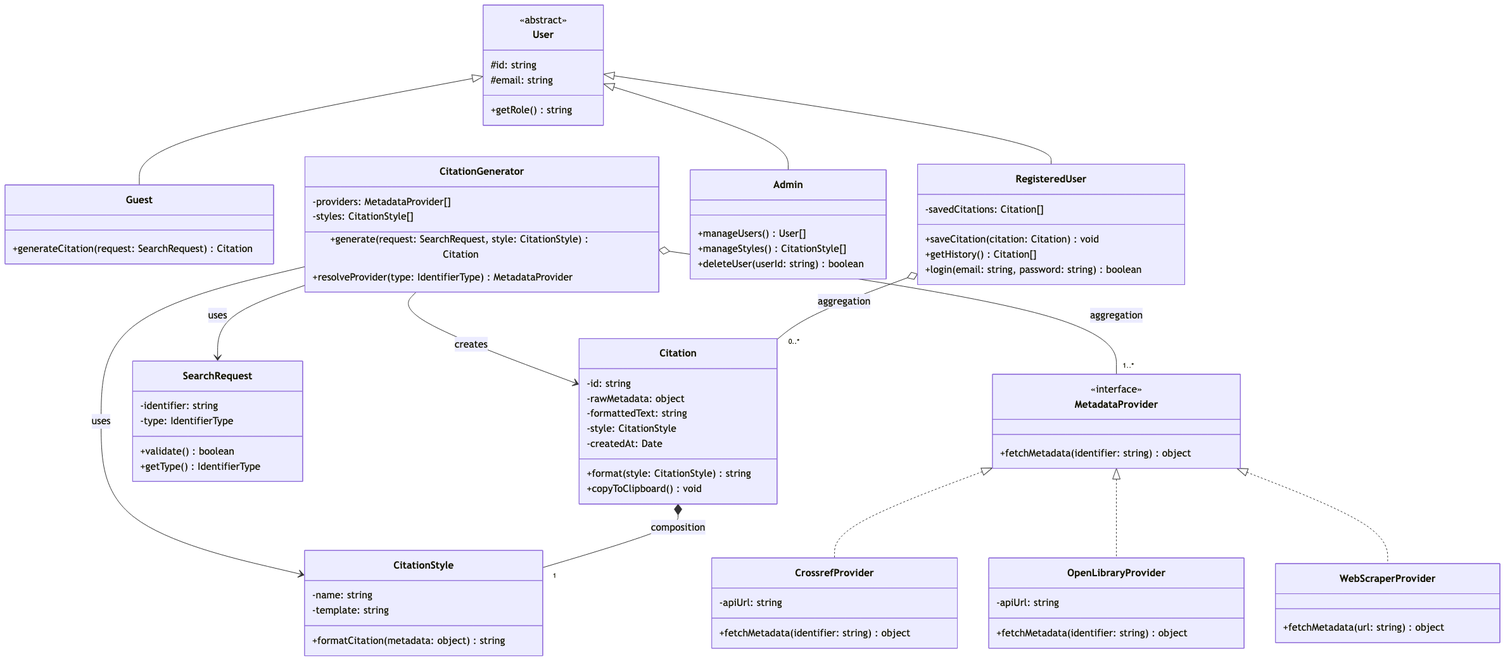
Above: diagrams/images/class.png in oleksandrkonovalov1/bse-lr2-konovalov (Mermaid), before the change. Its source is kept beside it as diagrams/class.mmd. Source of this version:
```mermaid
classDiagram
    class User {
        <<abstract>>
        #id: string
        #email: string
        +getRole() string
    }

    class Guest {
        +generateCitation(request: SearchRequest) Citation
    }

    class RegisteredUser {
        -savedCitations: Citation[]
        +saveCitation(citation: Citation) void
        +getHistory() Citation[]
        +login(email: string, password: string) boolean
    }

    class Admin {
        +manageUsers() User[]
        +manageStyles() CitationStyle[]
        +deleteUser(userId: string) boolean
    }

    class Citation {
        -id: string
        -rawMetadata: object
        -formattedText: string
        -style: CitationStyle
        -createdAt: Date
        +format(style: CitationStyle) string
        +copyToClipboard() void
    }

    class CitationStyle {
        -name: string
        -template: string
        +formatCitation(metadata: object) string
    }

    class SearchRequest {
        -identifier: string
        -type: IdentifierType
        +validate() boolean
        +getType() IdentifierType
    }

    class MetadataProvider {
        <<interface>>
        +fetchMetadata(identifier: string) object
    }

    class CrossrefProvider {
        -apiUrl: string
        +fetchMetadata(identifier: string) object
    }

    class OpenLibraryProvider {
        -apiUrl: string
        +fetchMetadata(identifier: string) object
    }

    class WebScraperProvider {
        +fetchMetadata(url: string) object
    }

    class CitationGenerator {
        -providers: MetadataProvider[]
        -styles: CitationStyle[]
        +generate(request: SearchRequest, style: CitationStyle) Citation
        +resolveProvider(type: IdentifierType) MetadataProvider
    }

    User <|-- Guest
    User <|-- RegisteredUser
    User <|-- Admin
    MetadataProvider <|.. CrossrefProvider
    MetadataProvider <|.. OpenLibraryProvider
    MetadataProvider <|.. WebScraperProvider
    CitationGenerator o-- "1..*" MetadataProvider : aggregation
    CitationGenerator --> CitationStyle : uses
    CitationGenerator --> Citation : creates
    Citation *-- "1" CitationStyle : composition
    RegisteredUser o-- "0..*" Citation : aggregation
    CitationGenerator --> SearchRequest : uses
```
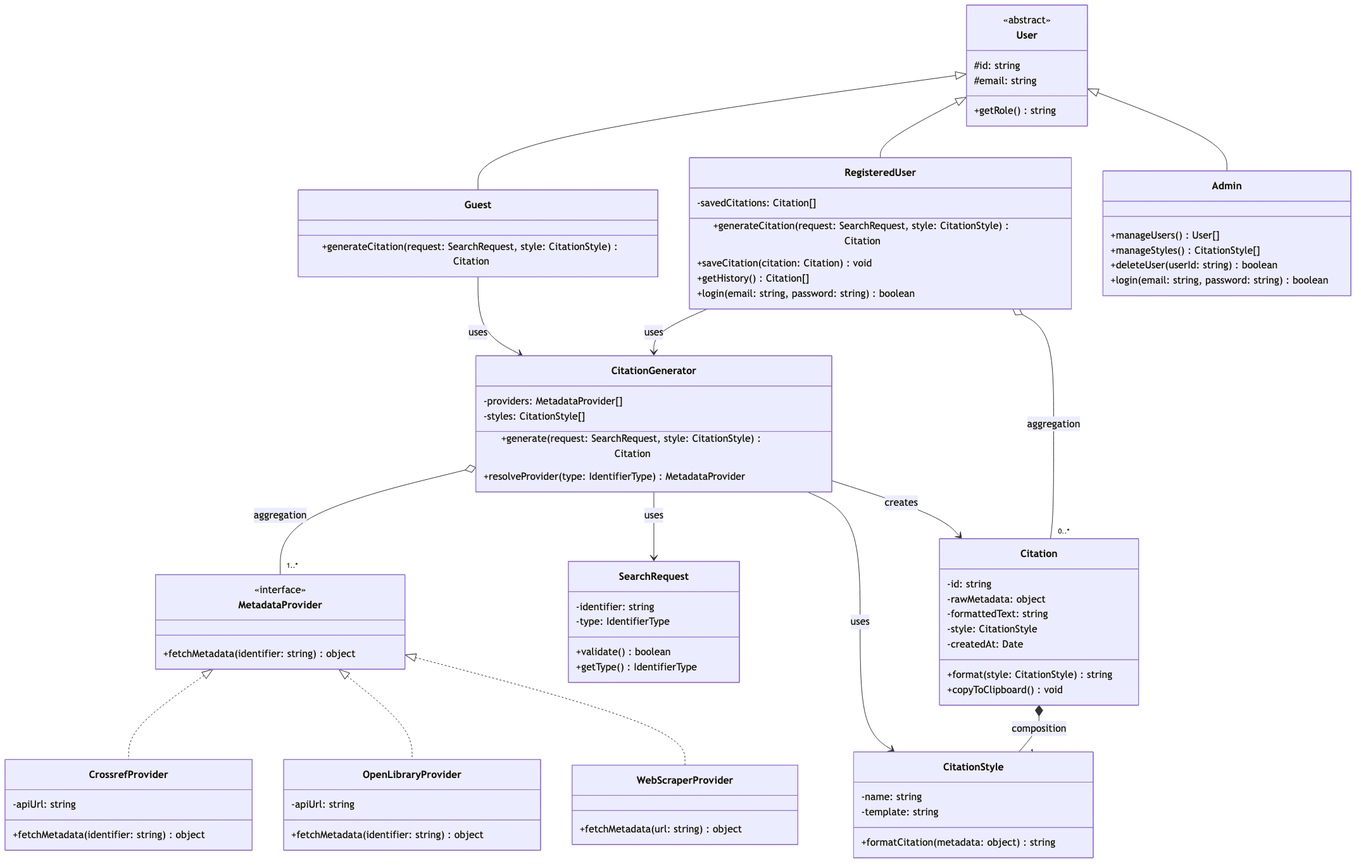
After the change.

What changed in the source:
```diff
@@ -7,11 +7,12 @@
     }
 
     class Guest {
-        +generateCitation(request: SearchRequest) Citation
+        +generateCitation(request: SearchRequest, style: CitationStyle) Citation
     }
 
     class RegisteredUser {
         -savedCitations: Citation[]
+        +generateCitation(request: SearchRequest, style: CitationStyle) Citation
         +saveCitation(citation: Citation) void
         +getHistory() Citation[]
         +login(email: string, password: string) boolean
@@ -21,6 +22,7 @@
         +manageUsers() User[]
         +manageStyles() CitationStyle[]
         +deleteUser(userId: string) boolean
+        +login(email: string, password: string) boolean
     }
 
     class Citation {
@@ -84,3 +86,5 @@
     Citation *-- "1" CitationStyle : composition
     RegisteredUser o-- "0..*" Citation : aggregation
     CitationGenerator --> SearchRequest : uses
+    Guest --> CitationGenerator : uses
+    RegisteredUser --> CitationGenerator : uses
```
